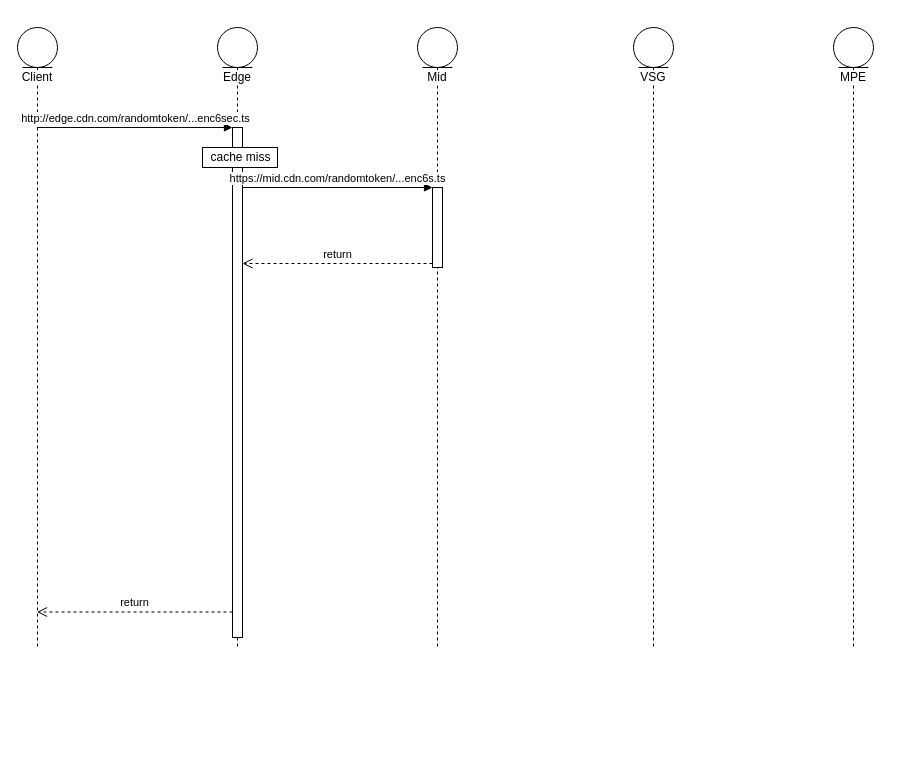
Before: Untitled Diagram.drawio in hongfeiweb/draw, a draw.io diagram. Source tidied: cells renumbered, new cells numbered last; positions are measured from the earlier drawing's top-left corner, leaving out a move shared by most shapes. Both pictures are drawn from the tidied source at 100%, with x=0, y=0 at pixel (17, 27).
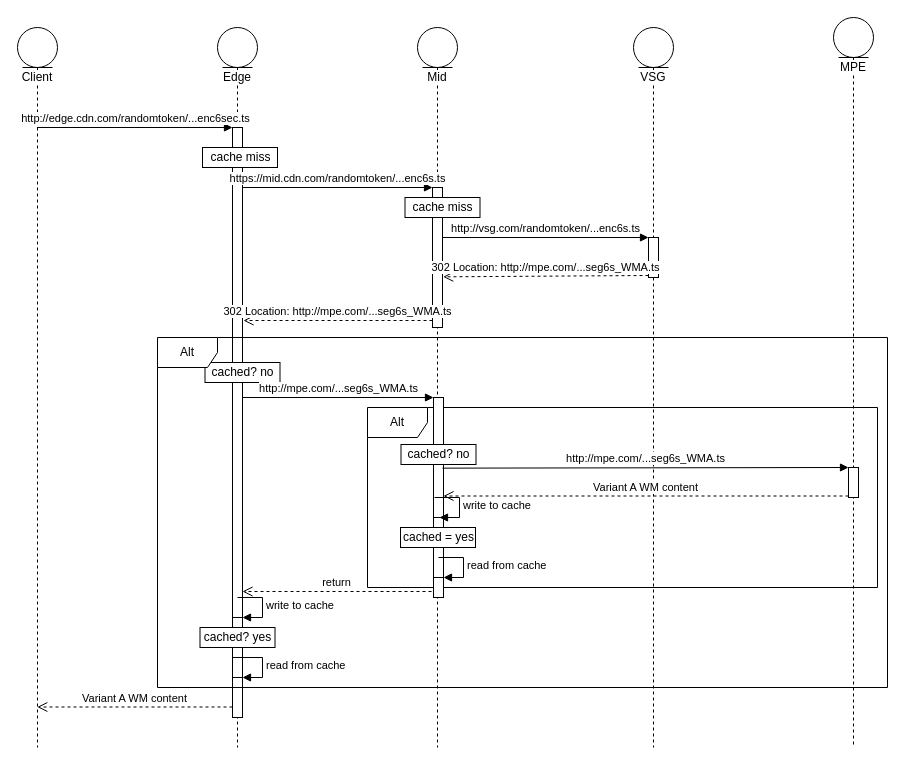
Above is the later version.

Diff of the diagram source:
```diff
@@
+    <mxCell id="14" value="Alt" style="shape=umlFrame;whiteSpace=wrap;html=1;" parent="1" vertex="1">
+      <mxGeometry x="350" y="380" width="510" height="180" as="geometry" />
+    </mxCell>
     <mxCell id="2" value="Client" style="shape=umlLifeline;participant=umlEntity;perimeter=lifelinePerimeter;whiteSpace=wrap;html=1;verticalAlign=top;spacingTop=36;labelBackgroundColor=#ffffff;outlineConnect=0;" parent="1" vertex="1">
-      <mxGeometry width="40" height="620" as="geometry" />
+      <mxGeometry width="40" height="720" as="geometry" />
     </mxCell>
     <mxCell id="3" value="Edge" style="shape=umlLifeline;participant=umlEntity;perimeter=lifelinePerimeter;whiteSpace=wrap;html=1;verticalAlign=top;spacingTop=36;labelBackgroundColor=#ffffff;" parent="1" vertex="1">
-      <mxGeometry x="200" width="40" height="620" as="geometry" />
+      <mxGeometry x="200" width="40" height="720" as="geometry" />
     </mxCell>
     <mxCell id="4" style="html=1;points=[];perimeter=orthogonalPerimeter;" parent="3" vertex="1">
-      <mxGeometry x="15" y="100" width="10" height="510" as="geometry" />
+      <mxGeometry x="15" y="100" width="10" height="590" as="geometry" />
     </mxCell>
+    <mxCell id="15" style="html=1;points=[];perimeter=orthogonalPerimeter;" parent="3" vertex="1">
+      <mxGeometry x="15" y="590" width="10" height="40" as="geometry" />
+    </mxCell>
+    <mxCell id="16" value="write to cache" style="edgeStyle=orthogonalEdgeStyle;html=1;align=left;spacingLeft=2;endArrow=block;rounded=0;entryX=1;entryY=0;" parent="3" edge="1" target="15">
+      <mxGeometry relative="1" as="geometry">
+        <mxPoint x="20" y="570" as="sourcePoint" />
+        <Array as="points">
+          <mxPoint x="45" y="570" />
+        </Array>
+      </mxGeometry>
+    </mxCell>
+    <mxCell id="17" style="html=1;points=[];perimeter=orthogonalPerimeter;" parent="3" vertex="1">
+      <mxGeometry x="15" y="650" width="10" height="40" as="geometry" />
+    </mxCell>
+    <mxCell id="18" value="read from cache" style="edgeStyle=orthogonalEdgeStyle;html=1;align=left;spacingLeft=2;endArrow=block;rounded=0;entryX=1;entryY=0;" parent="3" edge="1" target="17">
+      <mxGeometry relative="1" as="geometry">
+        <mxPoint x="20" y="630" as="sourcePoint" />
+        <Array as="points">
+          <mxPoint x="45" y="630" />
+        </Array>
+      </mxGeometry>
+    </mxCell>
     <mxCell id="5" value="Mid" style="shape=umlLifeline;participant=umlEntity;perimeter=lifelinePerimeter;whiteSpace=wrap;html=1;verticalAlign=top;spacingTop=36;labelBackgroundColor=#ffffff;" parent="1" vertex="1">
-      <mxGeometry x="400" width="40" height="620" as="geometry" />
+      <mxGeometry x="400" width="40" height="720" as="geometry" />
     </mxCell>
+    <mxCell id="19" style="html=1;points=[];perimeter=orthogonalPerimeter;" parent="5" vertex="1">
+      <mxGeometry x="16" y="370" width="10" height="150" as="geometry" />
+    </mxCell>
+    <mxCell id="20" style="html=1;perimeter=orthogonalPerimeter;" parent="5" vertex="1">
+      <mxGeometry x="16" y="490" width="10" height="60" as="geometry" />
+    </mxCell>
+    <mxCell id="21" value="write to cache" style="edgeStyle=orthogonalEdgeStyle;html=1;align=left;spacingLeft=2;endArrow=block;rounded=0;entryX=1;entryY=0;" parent="5" edge="1">
+      <mxGeometry relative="1" as="geometry">
+        <mxPoint x="17" y="470" as="sourcePoint" />
+        <mxPoint x="22" y="490" as="targetPoint" />
+        <Array as="points">
+          <mxPoint x="42" y="470" />
+        </Array>
+      </mxGeometry>
+    </mxCell>
+    <mxCell id="22" style="html=1;points=[];perimeter=orthogonalPerimeter;" parent="5" vertex="1">
+      <mxGeometry x="16" y="550" width="10" height="20" as="geometry" />
+    </mxCell>
+    <mxCell id="23" value="read from cache" style="edgeStyle=orthogonalEdgeStyle;html=1;align=left;spacingLeft=2;endArrow=block;rounded=0;entryX=1;entryY=0;" parent="5" edge="1" target="22">
+      <mxGeometry relative="1" as="geometry">
+        <mxPoint x="21" y="530" as="sourcePoint" />
+        <Array as="points">
+          <mxPoint x="46" y="530" />
+        </Array>
+      </mxGeometry>
+    </mxCell>
     <mxCell id="6" value="VSG" style="shape=umlLifeline;participant=umlEntity;perimeter=lifelinePerimeter;whiteSpace=wrap;html=1;verticalAlign=top;spacingTop=36;labelBackgroundColor=#ffffff;" parent="1" vertex="1">
-      <mxGeometry x="616" width="40" height="620" as="geometry" />
+      <mxGeometry x="616" width="40" height="720" as="geometry" />
     </mxCell>
+    <mxCell id="24" style="html=1;points=[];perimeter=orthogonalPerimeter;" parent="6" vertex="1">
+      <mxGeometry x="15" y="210" width="10" height="40" as="geometry" />
+    </mxCell>
     <mxCell id="7" value="MPE" style="shape=umlLifeline;participant=umlEntity;perimeter=lifelinePerimeter;whiteSpace=wrap;html=1;verticalAlign=top;spacingTop=36;labelBackgroundColor=#ffffff;" parent="1" vertex="1">
-      <mxGeometry x="816" width="40" height="620" as="geometry" />
+      <mxGeometry x="816" y="-10" width="40" height="730" as="geometry" />
     </mxCell>
+    <mxCell id="25" style="html=1;points=[];perimeter=orthogonalPerimeter;" parent="7" vertex="1">
+      <mxGeometry x="15" y="450" width="10" height="30" as="geometry" />
+    </mxCell>
@@
-    <mxCell id="9" value="return" style="html=1;verticalAlign=bottom;endArrow=open;dashed=1;endSize=8;exitX=0;exitY=0.95;" parent="1" edge="1" source="4" target="2">
-      <mxGeometry relative="1" as="geometry" />
+    <mxCell id="9" value="Variant A WM content" style="html=1;verticalAlign=bottom;endArrow=open;dashed=1;endSize=8;exitX=0;exitY=0.95;" parent="1" edge="1">
+      <mxGeometry relative="1" as="geometry">
+        <mxPoint x="215" y="679.5" as="sourcePoint" />
+        <mxPoint x="19.8" y="679.5" as="targetPoint" />
+      </mxGeometry>
     </mxCell>
     <mxCell id="10" style="html=1;points=[];perimeter=orthogonalPerimeter;" parent="1" vertex="1">
-      <mxGeometry x="415" y="160" width="10" height="80" as="geometry" />
+      <mxGeometry x="415" y="160" width="10" height="140" as="geometry" />
     </mxCell>
@@
-    <mxCell id="12" value="return" style="html=1;verticalAlign=bottom;endArrow=open;dashed=1;endSize=8;exitX=0;exitY=0.95;" parent="1" edge="1" source="10">
+    <mxCell id="12" value="&lt;div&gt;302 Location: http://mpe.com/...seg6s_WMA.ts&lt;br&gt;&lt;/div&gt;" style="html=1;verticalAlign=bottom;endArrow=open;dashed=1;endSize=8;exitX=0;exitY=0.95;" parent="1" edge="1" source="10">
       <mxGeometry relative="1" as="geometry">
-        <mxPoint x="225" y="236" as="targetPoint" />
+        <mxPoint x="226" y="293" as="targetPoint" />
       </mxGeometry>
     </mxCell>
@@
+    <mxCell id="26" value="cache miss" style="html=1;" parent="1" vertex="1">
+      <mxGeometry x="387.5" y="170" width="75" height="20" as="geometry" />
+    </mxCell>
+    <mxCell id="27" value="http://vsg.com/randomtoken/...enc6s.ts" style="html=1;verticalAlign=bottom;endArrow=block;entryX=0;entryY=0;" parent="1" edge="1" source="10" target="24">
+      <mxGeometry relative="1" as="geometry" />
+    </mxCell>
+    <mxCell id="28" value="&lt;div&gt;302 Location: http://mpe.com/...seg6s_WMA.ts&lt;br&gt;&lt;/div&gt;" style="html=1;verticalAlign=bottom;endArrow=open;dashed=1;endSize=8;exitX=0;exitY=0.95;align=center;entryX=1.067;entryY=0.638;entryDx=0;entryDy=0;entryPerimeter=0;" parent="1" edge="1" source="24" target="10">
+      <mxGeometry relative="1" as="geometry" />
+    </mxCell>
+    <mxCell id="29" value="cached? no" style="html=1;" parent="1" vertex="1">
+      <mxGeometry x="187.5" y="335" width="75" height="20" as="geometry" />
+    </mxCell>
+    <mxCell id="30" value="http://mpe.com/...seg6s_WMA.ts" style="html=1;verticalAlign=bottom;endArrow=block;entryX=0;entryY=0;" parent="1" edge="1" source="4" target="19">
+      <mxGeometry relative="1" as="geometry" />
+    </mxCell>
+    <mxCell id="31" value="return" style="html=1;verticalAlign=bottom;endArrow=open;dashed=1;endSize=8;exitX=-0.2;exitY=0.983;exitDx=0;exitDy=0;exitPerimeter=0;" parent="1" edge="1">
+      <mxGeometry relative="1" as="geometry">
+        <mxPoint x="414" y="564" as="sourcePoint" />
+        <mxPoint x="225" y="564" as="targetPoint" />
+      </mxGeometry>
+    </mxCell>
+    <mxCell id="32" value="cached? no" style="html=1;" parent="1" vertex="1">
+      <mxGeometry x="383.5" y="417" width="75" height="20" as="geometry" />
+    </mxCell>
+    <mxCell id="33" value="Variant A WM content" style="html=1;verticalAlign=bottom;endArrow=open;dashed=1;endSize=8;exitX=0;exitY=0.95;" parent="1" edge="1" source="25" target="19">
+      <mxGeometry relative="1" as="geometry" />
+    </mxCell>
+    <mxCell id="34" value="cached = yes" style="html=1;" parent="1" vertex="1">
+      <mxGeometry x="383" y="500" width="75" height="20" as="geometry" />
+    </mxCell>
+    <mxCell id="35" value="http://mpe.com/...seg6s_WMA.ts" style="html=1;verticalAlign=bottom;endArrow=block;entryX=0;entryY=0;exitX=0.9;exitY=0.471;exitDx=0;exitDy=0;exitPerimeter=0;" parent="1" edge="1" source="19" target="25">
+      <mxGeometry relative="1" as="geometry" />
+    </mxCell>
+    <mxCell id="36" value="cached? yes" style="html=1;" parent="1" vertex="1">
+      <mxGeometry x="182.5" y="600" width="75" height="20" as="geometry" />
+    </mxCell>
+    <mxCell id="37" value="Alt" style="shape=umlFrame;whiteSpace=wrap;html=1;" parent="1" vertex="1">
+      <mxGeometry x="140" y="310" width="730" height="350" as="geometry" />
+    </mxCell>
```
